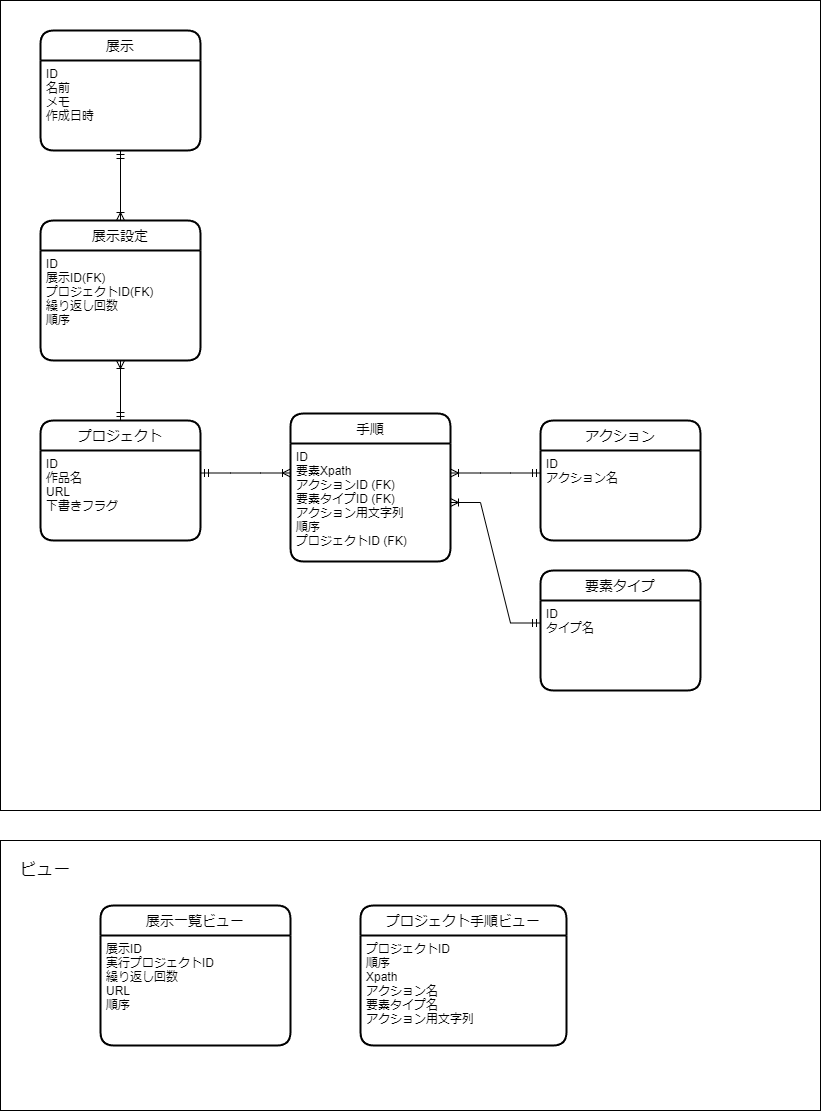
Tatsuyyy/hakusai keeps this draw.io diagram as _document/ER.png. Above is the earlier version. Source tidied: cells renumbered, new cells last; positions are measured from the earlier drawing's top-left corner, leaving out a move shared by most shapes.
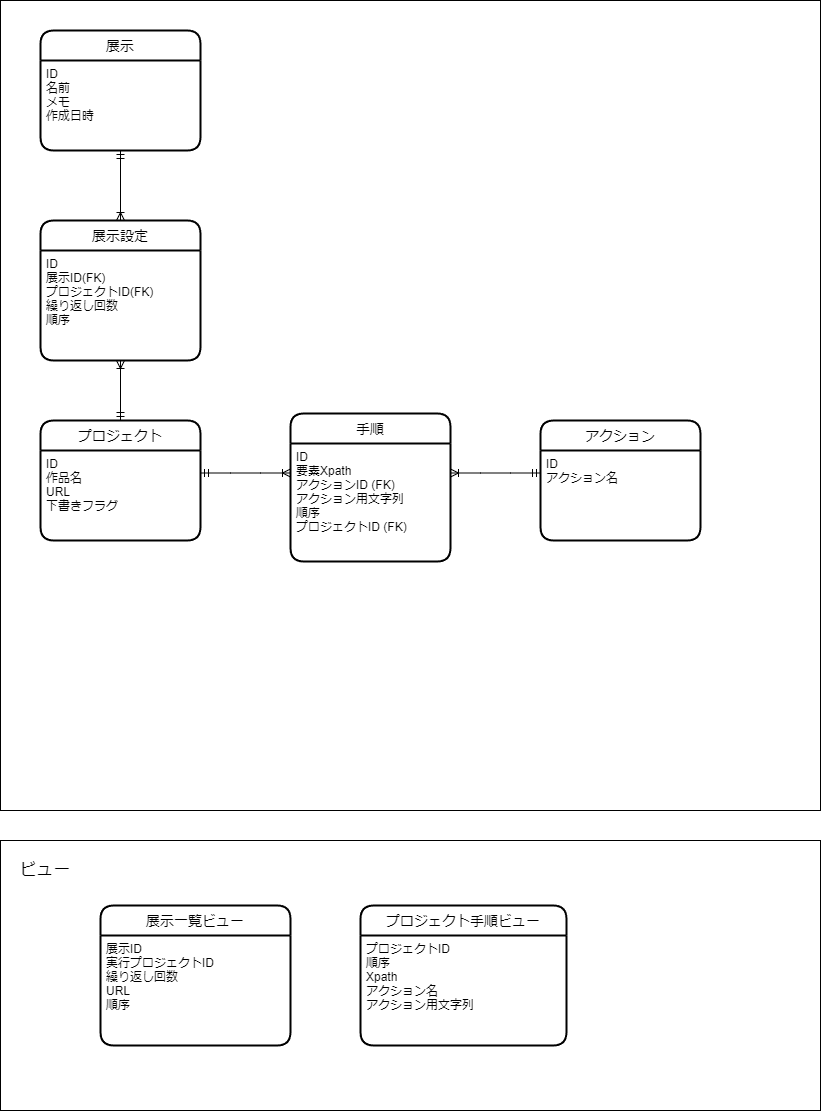
Later version of the same file.

What changed in the source:
```diff
@@ -14,15 +14,9 @@
     <mxCell id="5" value="手順" style="swimlane;horizontal=1;startSize=30;rounded=1;fontSize=14;fontStyle=0;strokeWidth=2;shadow=0;dashed=0;align=center;" parent="1" vertex="1">
       <mxGeometry x="290" y="413" width="160" height="148" as="geometry" />
     </mxCell>
-    <mxCell id="6" value="ID&#10;要素Xpath&#10;アクションID (FK)&#10;要素タイプID (FK)&#10;アクション用文字列&#10;順序&#10;プロジェクトID (FK)" style="align=left;strokeColor=none;fillColor=none;spacingLeft=4;fontSize=12;verticalAlign=top;" parent="5" vertex="1">
+    <mxCell id="6" value="ID&#10;要素Xpath&#10;アクションID (FK)&#10;アクション用文字列&#10;順序&#10;プロジェクトID (FK)" style="align=left;strokeColor=none;fillColor=none;spacingLeft=4;fontSize=12;verticalAlign=top;" parent="5" vertex="1">
       <mxGeometry y="30" width="160" height="118" as="geometry" />
     </mxCell>
-    <mxCell id="7" value="要素タイプ" style="swimlane;horizontal=1;startSize=30;rounded=1;fontSize=14;fontStyle=0;strokeWidth=2;shadow=0;dashed=0;align=center;" parent="1" vertex="1">
-      <mxGeometry x="540" y="570" width="160" height="120" as="geometry" />
-    </mxCell>
-    <mxCell id="8" value="ID&#10;タイプ名&#10;" style="align=left;strokeColor=none;fillColor=none;spacingLeft=4;fontSize=12;verticalAlign=top;" parent="7" vertex="1">
-      <mxGeometry y="30" width="160" height="90" as="geometry" />
-    </mxCell>
     <mxCell id="9" value="アクション" style="swimlane;horizontal=1;startSize=30;rounded=1;fontSize=14;fontStyle=0;strokeWidth=2;shadow=0;dashed=0;align=center;" parent="1" vertex="1">
       <mxGeometry x="540" y="420" width="160" height="120" as="geometry" />
     </mxCell>
@@ -32,9 +26,6 @@
     <mxCell id="11" style="edgeStyle=entityRelationEdgeStyle;fontSize=12;html=1;endArrow=ERoneToMany;startArrow=ERmandOne;rounded=0;exitX=1;exitY=0.25;exitDx=0;exitDy=0;entryX=0;entryY=0.25;entryDx=0;entryDy=0;" parent="1" edge="1" source="4" target="6">
       <mxGeometry relative="1" as="geometry" />
     </mxCell>
-    <mxCell id="12" style="edgeStyle=entityRelationEdgeStyle;fontSize=12;html=1;endArrow=ERoneToMany;startArrow=ERmandOne;rounded=0;entryX=1;entryY=0.5;entryDx=0;entryDy=0;exitX=0;exitY=0.25;exitDx=0;exitDy=0;endFill=0;" parent="1" edge="1" source="8" target="6">
-      <mxGeometry relative="1" as="geometry" />
-    </mxCell>
     <mxCell id="13" style="edgeStyle=entityRelationEdgeStyle;fontSize=12;html=1;endArrow=ERoneToMany;startArrow=ERmandOne;rounded=0;exitX=0;exitY=0.25;exitDx=0;exitDy=0;entryX=1;entryY=0.25;entryDx=0;entryDy=0;endFill=0;" parent="1" edge="1" source="10" target="6">
       <mxGeometry relative="1" as="geometry" />
     </mxCell>
@@ -71,7 +62,7 @@
     <mxCell id="24" value="プロジェクト手順ビュー" style="swimlane;horizontal=1;startSize=30;rounded=1;fontSize=14;fontStyle=0;strokeWidth=2;shadow=0;dashed=0;align=center;" parent="1" vertex="1">
       <mxGeometry x="360" y="905" width="206" height="140" as="geometry" />
     </mxCell>
-    <mxCell id="25" value="プロジェクトID&#10;順序&#10;Xpath&#10;アクション名&#10;要素タイプ名&#10;アクション用文字列" style="align=left;strokeColor=none;fillColor=none;spacingLeft=4;fontSize=12;verticalAlign=top;" parent="24" vertex="1">
+    <mxCell id="25" value="プロジェクトID&#10;順序&#10;Xpath&#10;アクション名&#10;アクション用文字列" style="align=left;strokeColor=none;fillColor=none;spacingLeft=4;fontSize=12;verticalAlign=top;" parent="24" vertex="1">
       <mxGeometry y="30" width="206" height="110" as="geometry" />
     </mxCell>
   </root>
```
